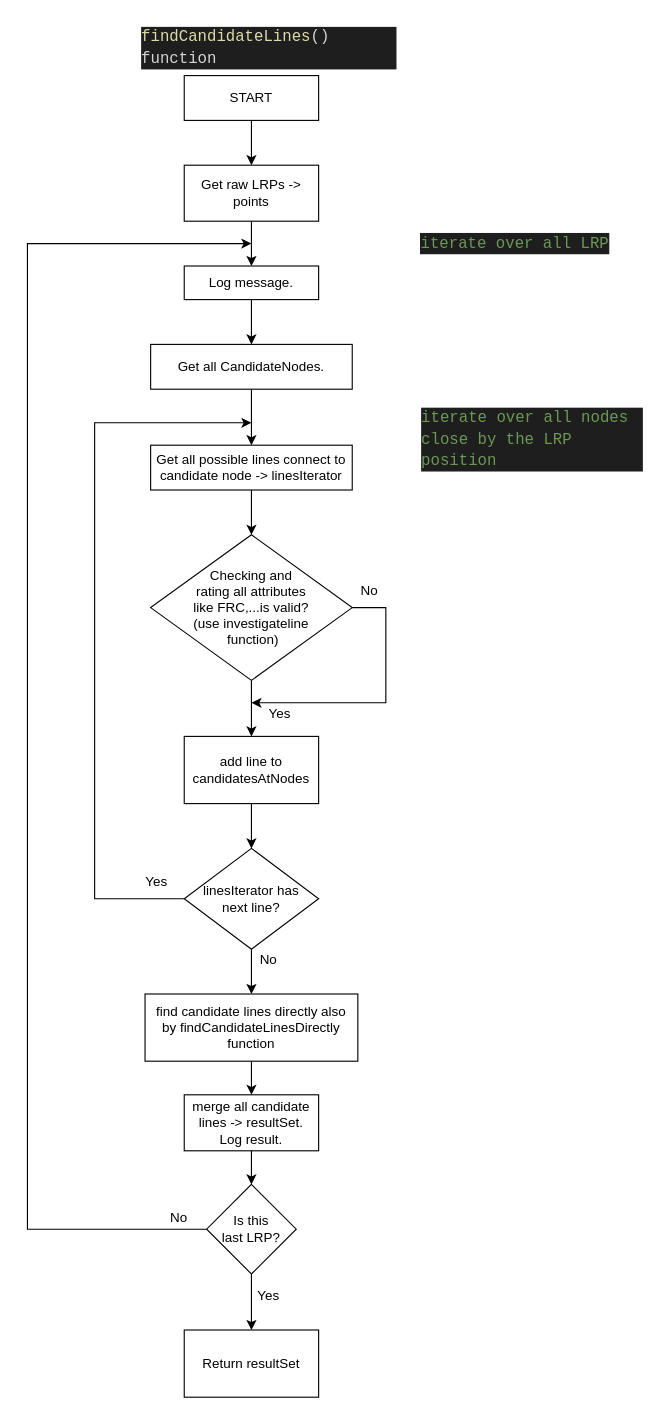
This is page "Candidate Lines" (3 of 4) of AbstractDecoder.drawio from kiethuynh468/Test, a draw.io file, before an edit. Source tidied: cells renumbered, new cells numbered last; positions are measured from the earlier drawing's top-left corner, leaving out a move shared by most shapes. Both pictures are drawn from the tidied source at 112%, with x=0, y=0 at pixel (27, 19).
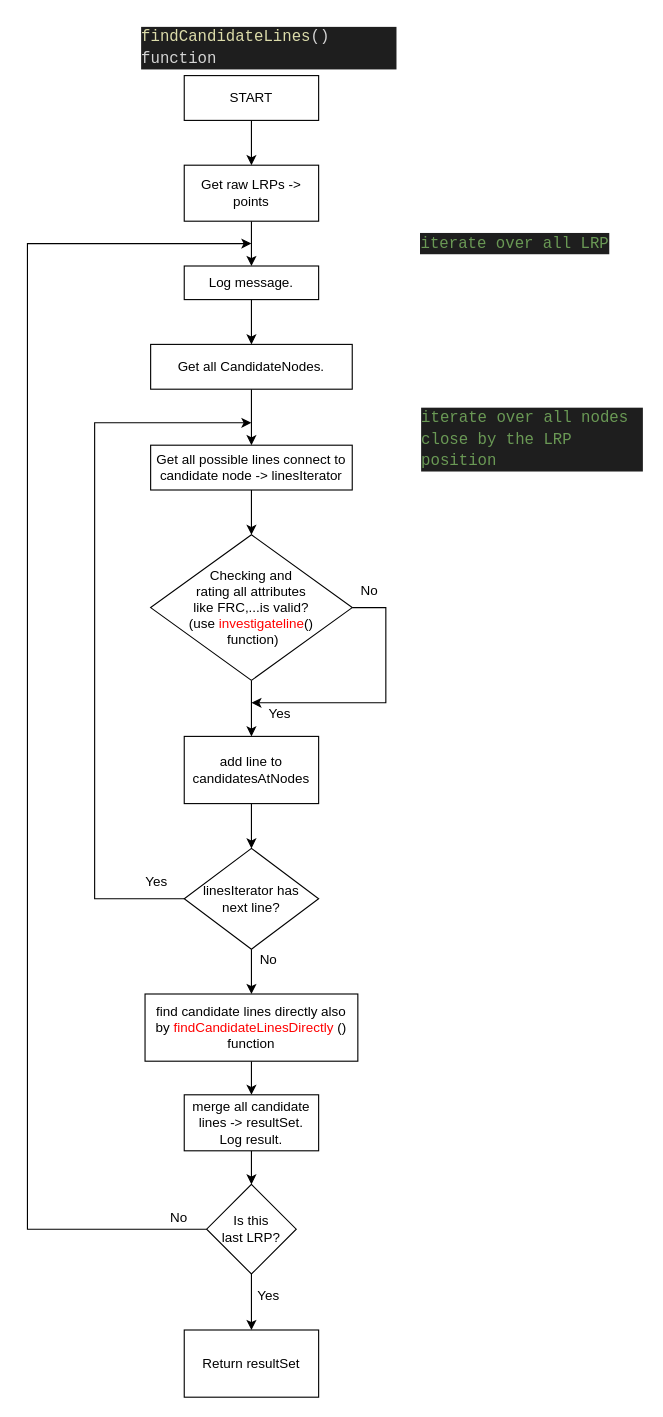
The same diagram, later.

The edit, as a diff of the source:
```diff
@@
-    <mxCell id="15" value="Checking and &lt;br&gt;rating all attributes &lt;br&gt;like FRC,...is valid? &lt;br&gt;(use investigateline&lt;br&gt;&amp;nbsp;function)" style="rhombus;whiteSpace=wrap;html=1;rounded=0;" parent="1" vertex="1">
+    <mxCell id="15" value="Checking and &lt;br&gt;rating all attributes &lt;br&gt;like FRC,...is valid? &lt;br&gt;(use &lt;font color=&quot;#ff0000&quot;&gt;investigateline&lt;/font&gt;()&lt;br&gt;&amp;nbsp;function)" style="rhombus;whiteSpace=wrap;html=1;rounded=0;" parent="1" vertex="1">
       <mxGeometry x="110" y="460" width="180" height="130" as="geometry" />
     </mxCell>
@@
-    <mxCell id="27" value="find candidate lines directly also&lt;br&gt;by findCandidateLinesDirectly function" style="whiteSpace=wrap;html=1;rounded=0;" parent="1" vertex="1">
+    <mxCell id="27" value="find candidate lines directly also&lt;br&gt;by &lt;font color=&quot;#ff0000&quot;&gt;findCandidateLinesDirectly &lt;/font&gt;() function" style="whiteSpace=wrap;html=1;rounded=0;" parent="1" vertex="1">
       <mxGeometry x="105" y="870" width="190" height="60" as="geometry" />
     </mxCell>
```
